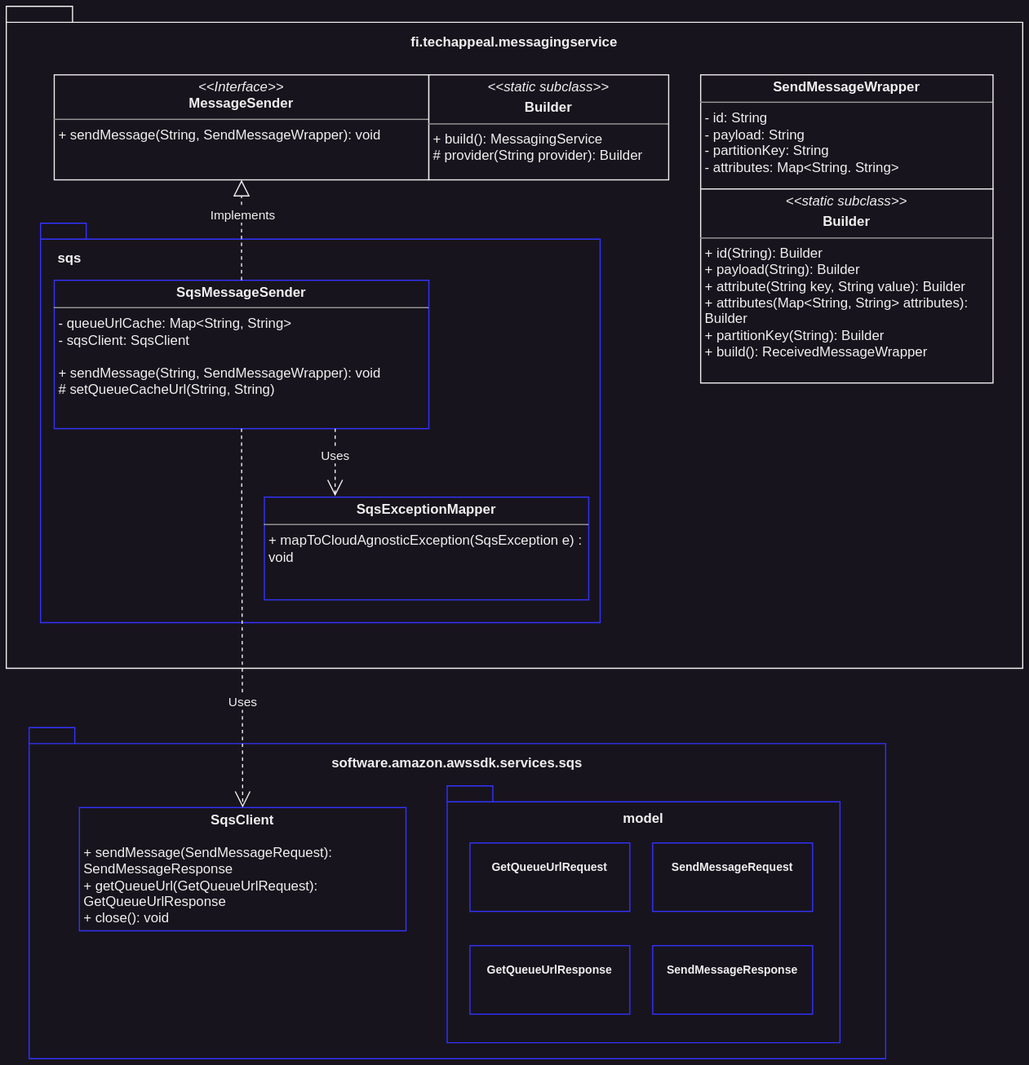
Earlier version of the draw.io export assets/sender_sqs_class_diagram.svg (lampsa/messaging-service). Source tidied: cells renumbered, new cells last; positions are measured from the earlier drawing's top-left corner, leaving out a move shared by most shapes.
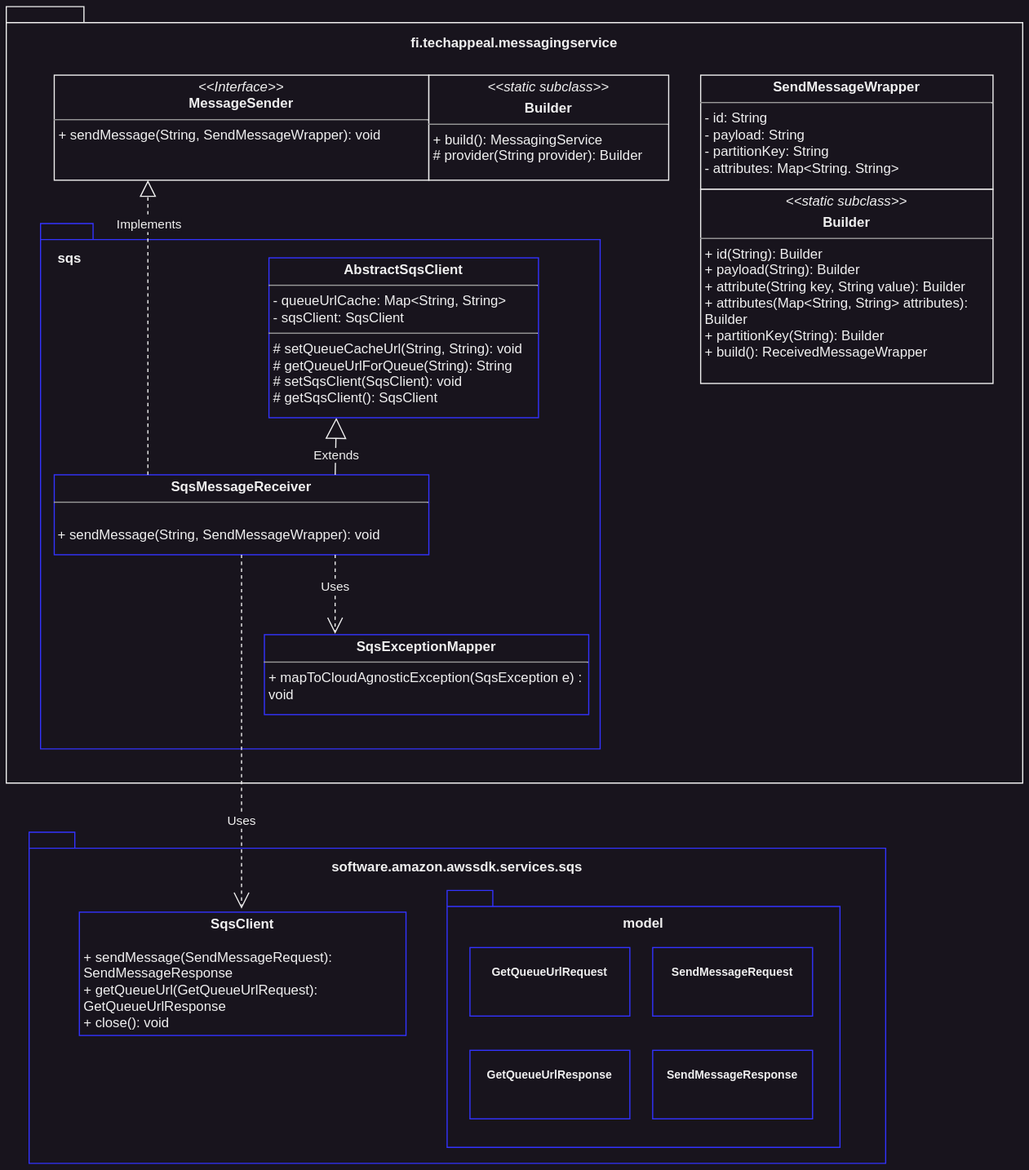
The same file after the commit.

Commit message:
added abstract sqs client class

What changed in the source:
```diff
@@ -3,63 +3,71 @@
     <mxCell id="0" />
     <mxCell id="1" parent="0" />
     <mxCell id="2" value="fi.techappeal.messagingservice" style="shape=folder;fontStyle=1;spacingTop=0;tabWidth=40;tabHeight=14;tabPosition=left;html=1;whiteSpace=wrap;verticalAlign=bottom;labelPosition=center;verticalLabelPosition=top;align=center;spacingBottom=-41;" parent="1" vertex="1">
-      <mxGeometry width="890" height="580" as="geometry" />
+      <mxGeometry width="890" height="680" as="geometry" />
     </mxCell>
     <mxCell id="3" value="&lt;p style=&quot;margin:0px;margin-top:4px;text-align:center;&quot;&gt;&lt;i&gt;&amp;lt;&amp;lt;Interface&amp;gt;&amp;gt;&lt;/i&gt;&lt;br&gt;&lt;b&gt;MessageSender&lt;/b&gt;&lt;/p&gt;&lt;hr size=&quot;1&quot;&gt;&lt;p style=&quot;margin:0px;margin-left:4px;&quot;&gt;+ sendMessage(String, SendMessageWrapper): void&lt;/p&gt;" style="verticalAlign=top;align=left;overflow=fill;fontSize=12;fontFamily=Helvetica;html=1;whiteSpace=wrap;" parent="1" vertex="1">
       <mxGeometry x="42" y="60" width="328" height="92" as="geometry" />
     </mxCell>
     <mxCell id="4" value="software.amazon.awssdk.services.sqs" style="shape=folder;fontStyle=1;spacingTop=0;tabWidth=40;tabHeight=14;tabPosition=left;html=1;whiteSpace=wrap;verticalAlign=bottom;labelPosition=center;verticalLabelPosition=top;align=center;spacingBottom=-40;strokeColor=#3333FF;" parent="1" vertex="1">
-      <mxGeometry x="20" y="632" width="750" height="290" as="geometry" />
+      <mxGeometry x="20" y="723" width="750" height="290" as="geometry" />
     </mxCell>
     <mxCell id="5" value="&lt;p style=&quot;margin:0px;margin-top:4px;text-align:center;&quot;&gt;&lt;b&gt;SqsClient&lt;/b&gt;&lt;/p&gt;&lt;p style=&quot;margin:0px;margin-left:4px;&quot;&gt;&lt;br&gt;&lt;/p&gt;&lt;p style=&quot;margin:0px;margin-left:4px;&quot;&gt;+ sendMessage(SendMessageRequest): SendMessageResponse&lt;/p&gt;&lt;p style=&quot;margin:0px;margin-left:4px;&quot;&gt;+&amp;nbsp;getQueueUrl(GetQueueUrlRequest): GetQueueUrlResponse&lt;/p&gt;&lt;p style=&quot;margin:0px;margin-left:4px;&quot;&gt;+ close(): void&lt;/p&gt;" style="verticalAlign=top;align=left;overflow=fill;fontSize=12;fontFamily=Helvetica;html=1;whiteSpace=wrap;strokeColor=#3333FF;" parent="1" vertex="1">
-      <mxGeometry x="64" y="702" width="286" height="108" as="geometry" />
+      <mxGeometry x="64" y="793" width="286" height="108" as="geometry" />
     </mxCell>
     <mxCell id="6" value="model" style="shape=folder;fontStyle=1;spacingTop=0;tabWidth=40;tabHeight=14;tabPosition=left;html=1;whiteSpace=wrap;labelPosition=center;verticalLabelPosition=top;align=center;verticalAlign=bottom;horizontal=1;spacingBottom=-38;strokeColor=#3333FF;" parent="1" vertex="1">
-      <mxGeometry x="386" y="683" width="344" height="225" as="geometry" />
+      <mxGeometry x="386" y="774" width="344" height="225" as="geometry" />
     </mxCell>
     <mxCell id="7" value="&lt;p style=&quot;margin: 4px 0px 0px; text-align: center; font-size: 10px;&quot;&gt;&lt;br style=&quot;font-size: 10px;&quot;&gt;&lt;b style=&quot;font-size: 10px;&quot;&gt;GetQueueUrlRequest&lt;/b&gt;&lt;/p&gt;" style="verticalAlign=top;align=left;overflow=fill;fontSize=10;fontFamily=Helvetica;html=1;whiteSpace=wrap;strokeColor=#3333FF;" parent="1" vertex="1">
-      <mxGeometry x="406" y="733" width="140" height="60" as="geometry" />
+      <mxGeometry x="406" y="824" width="140" height="60" as="geometry" />
     </mxCell>
     <mxCell id="8" value="&lt;p style=&quot;margin: 4px 0px 0px; text-align: center; font-size: 10px;&quot;&gt;&lt;br style=&quot;font-size: 10px;&quot;&gt;&lt;b style=&quot;font-size: 10px;&quot;&gt;GetQueueUrlResponse&lt;/b&gt;&lt;/p&gt;" style="verticalAlign=top;align=left;overflow=fill;fontSize=10;fontFamily=Helvetica;html=1;whiteSpace=wrap;strokeColor=#3333FF;" parent="1" vertex="1">
-      <mxGeometry x="406" y="823" width="140" height="60" as="geometry" />
+      <mxGeometry x="406" y="914" width="140" height="60" as="geometry" />
     </mxCell>
     <mxCell id="9" value="&lt;p style=&quot;margin: 4px 0px 0px; text-align: center; font-size: 10px;&quot;&gt;&lt;br style=&quot;font-size: 10px;&quot;&gt;&lt;b style=&quot;font-size: 10px;&quot;&gt;SendMessageRequest&lt;/b&gt;&lt;/p&gt;" style="verticalAlign=top;align=left;overflow=fill;fontSize=10;fontFamily=Helvetica;html=1;whiteSpace=wrap;strokeColor=#3333FF;" parent="1" vertex="1">
-      <mxGeometry x="566" y="733" width="140" height="60" as="geometry" />
+      <mxGeometry x="566" y="824" width="140" height="60" as="geometry" />
     </mxCell>
     <mxCell id="10" value="&lt;p style=&quot;margin: 4px 0px 0px; text-align: center; font-size: 10px;&quot;&gt;&lt;br style=&quot;font-size: 10px;&quot;&gt;&lt;b style=&quot;font-size: 10px;&quot;&gt;SendMessageResponse&lt;/b&gt;&lt;/p&gt;" style="verticalAlign=top;align=left;overflow=fill;fontSize=10;fontFamily=Helvetica;html=1;whiteSpace=wrap;strokeColor=#3333FF;" parent="1" vertex="1">
-      <mxGeometry x="566" y="823" width="140" height="60" as="geometry" />
+      <mxGeometry x="566" y="914" width="140" height="60" as="geometry" />
     </mxCell>
     <mxCell id="11" value="&lt;p style=&quot;margin:0px;margin-top:4px;text-align:center;&quot;&gt;&lt;b&gt;SendMessageWrapper&lt;/b&gt;&lt;/p&gt;&lt;hr size=&quot;1&quot;&gt;&lt;p style=&quot;margin: 0px 0px 0px 4px;&quot;&gt;&lt;span style=&quot;background-color: initial;&quot;&gt;- id: String&lt;/span&gt;&lt;/p&gt;&lt;p style=&quot;margin:0px;margin-left:4px;&quot;&gt;&lt;span style=&quot;background-color: initial;&quot;&gt;- payload: String&lt;/span&gt;&lt;br&gt;&lt;/p&gt;&lt;p style=&quot;margin:0px;margin-left:4px;&quot;&gt;&lt;span style=&quot;background-color: initial;&quot;&gt;- partitionKey: String&lt;/span&gt;&lt;/p&gt;&lt;p style=&quot;margin:0px;margin-left:4px;&quot;&gt;-&amp;nbsp;attributes: Map&amp;lt;String. String&amp;gt;&lt;/p&gt;&lt;div&gt;&lt;span style=&quot;background-color: initial;&quot;&gt;&lt;br&gt;&lt;/span&gt;&lt;/div&gt;" style="verticalAlign=top;align=left;overflow=fill;fontSize=12;fontFamily=Helvetica;html=1;whiteSpace=wrap;" parent="1" vertex="1">
       <mxGeometry x="608" y="60" width="256" height="100" as="geometry" />
     </mxCell>
+    <mxCell id="19" value="&lt;p style=&quot;margin:0px;margin-top:4px;text-align:center;&quot;&gt;&lt;i&gt;&amp;lt;&amp;lt;static subclass&amp;gt;&amp;gt;&lt;/i&gt;&lt;br&gt;&lt;/p&gt;&lt;p style=&quot;margin:0px;margin-top:4px;text-align:center;&quot;&gt;&lt;b&gt;Builder&lt;/b&gt;&lt;/p&gt;&lt;hr size=&quot;1&quot;&gt;&lt;p style=&quot;margin:0px;margin-left:4px;&quot;&gt;+ id(String): Builder&lt;/p&gt;&lt;p style=&quot;margin:0px;margin-left:4px;&quot;&gt;+ payload(String): Builder&lt;/p&gt;&lt;p style=&quot;margin: 0px 0px 0px 4px;&quot;&gt;+ attribute(String key, String value):&amp;nbsp;&lt;span style=&quot;background-color: initial;&quot;&gt;Builder&lt;/span&gt;&lt;/p&gt;&lt;p style=&quot;margin: 0px 0px 0px 4px;&quot;&gt;+ attributes(Map&amp;lt;String, String&amp;gt; attributes):&amp;nbsp;&lt;/p&gt;&lt;p style=&quot;margin: 0px 0px 0px 4px;&quot;&gt;Builder&lt;/p&gt;&lt;p style=&quot;margin: 0px 0px 0px 4px;&quot;&gt;+ partitionKey(String): Builder&lt;/p&gt;&lt;p style=&quot;margin:0px;margin-left:4px;&quot;&gt;+ build(): ReceivedMessageWrapper&lt;/p&gt;" style="verticalAlign=top;align=left;overflow=fill;fontSize=12;fontFamily=Helvetica;html=1;whiteSpace=wrap;" parent="1" vertex="1">
+      <mxGeometry x="608" y="160" width="256" height="170" as="geometry" />
+    </mxCell>
+    <mxCell id="20" value="&lt;p style=&quot;margin:0px;margin-top:4px;text-align:center;&quot;&gt;&lt;i&gt;&amp;lt;&amp;lt;static subclass&amp;gt;&amp;gt;&lt;/i&gt;&lt;br&gt;&lt;/p&gt;&lt;p style=&quot;margin:0px;margin-top:4px;text-align:center;&quot;&gt;&lt;b&gt;Builder&lt;/b&gt;&lt;/p&gt;&lt;hr size=&quot;1&quot;&gt;&lt;p style=&quot;margin: 4px 0px 0px; text-align: center;&quot;&gt;&lt;/p&gt;&lt;p style=&quot;margin: 0px 0px 0px 4px;&quot;&gt;+&amp;nbsp;build(): MessagingService&lt;/p&gt;&lt;p style=&quot;margin: 0px 0px 0px 4px;&quot;&gt;&lt;span style=&quot;background-color: initial;&quot;&gt;# provider(String provider): Builder&lt;/span&gt;&lt;/p&gt;" style="verticalAlign=top;align=left;overflow=fill;fontSize=12;fontFamily=Helvetica;html=1;whiteSpace=wrap;" parent="1" vertex="1">
+      <mxGeometry x="370" y="60" width="210" height="92" as="geometry" />
+    </mxCell>
     <mxCell id="12" value="sqs" style="shape=folder;fontStyle=1;spacingTop=0;tabWidth=40;tabHeight=14;tabPosition=left;html=1;labelPosition=left;verticalLabelPosition=top;align=right;verticalAlign=bottom;spacingLeft=0;spacingBottom=-38;spacing=0;spacingRight=-35;strokeColor=#3333FF;" parent="1" vertex="1">
-      <mxGeometry x="30" y="190" width="490" height="350" as="geometry" />
+      <mxGeometry x="30" y="190" width="490" height="460" as="geometry" />
     </mxCell>
-    <mxCell id="13" value="&lt;p style=&quot;margin:0px;margin-top:4px;text-align:center;&quot;&gt;&lt;b&gt;SqsMessageSender&lt;/b&gt;&lt;/p&gt;&lt;hr size=&quot;1&quot;&gt;&lt;p style=&quot;margin:0px;margin-left:4px;&quot;&gt;- queueUrlCache&lt;span style=&quot;background-color: initial;&quot;&gt;: Map&amp;lt;String, String&amp;gt;&lt;/span&gt;&lt;/p&gt;&lt;p style=&quot;margin:0px;margin-left:4px;&quot;&gt;- sqsClient: SqsClient&lt;/p&gt;&lt;p style=&quot;margin: 0px 0px 0px 4px;&quot;&gt;&lt;br&gt;+ sendMessage(String, SendMessageWrapper): void&lt;/p&gt;&lt;p style=&quot;margin: 0px 0px 0px 4px;&quot;&gt;&lt;span style=&quot;background-color: initial;&quot;&gt;# setQueueCacheUrl(String, String)&lt;/span&gt;&lt;br&gt;&lt;/p&gt;" style="verticalAlign=top;align=left;overflow=fill;fontSize=12;fontFamily=Helvetica;html=1;whiteSpace=wrap;strokeColor=#3333FF;" parent="1" vertex="1">
-      <mxGeometry x="42" y="240" width="328" height="130" as="geometry" />
-    </mxCell>
-    <mxCell id="14" style="endArrow=block;dashed=1;endFill=0;endSize=12;html=1;rounded=0;exitX=0.5;exitY=0;exitDx=0;exitDy=0;entryX=0.5;entryY=1;entryDx=0;entryDy=0;edgeStyle=orthogonalEdgeStyle;" parent="1" edge="1" source="13" target="3">
-      <mxGeometry relative="1" as="geometry" />
-    </mxCell>
+    <mxCell id="21" value="&lt;p style=&quot;margin:0px;margin-top:4px;text-align:center;&quot;&gt;&lt;b&gt;SqsMessageReceiver&lt;/b&gt;&lt;/p&gt;&lt;hr size=&quot;1&quot;&gt;&lt;p style=&quot;margin:0px;margin-left:4px;&quot;&gt;&lt;br&gt;&lt;/p&gt;&amp;nbsp;+ sendMessage(String, SendMessageWrapper): void" style="verticalAlign=top;align=left;overflow=fill;fontSize=12;fontFamily=Helvetica;html=1;whiteSpace=wrap;strokeColor=#3333FF;" parent="1" vertex="1">
+      <mxGeometry x="42" y="410" width="328" height="70" as="geometry" />
+    </mxCell>
+    <mxCell id="22" style="endArrow=block;dashed=1;endFill=0;endSize=12;html=1;rounded=0;exitX=0.25;exitY=0;exitDx=0;exitDy=0;edgeStyle=orthogonalEdgeStyle;entryX=0.25;entryY=1;entryDx=0;entryDy=0;" parent="1" edge="1" source="21" target="3">
+      <mxGeometry relative="1" as="geometry" />
+    </mxCell>
-    <mxCell id="15" value="Implements" style="edgeLabel;html=1;align=center;verticalAlign=middle;" parent="14" vertex="1">
+    <mxCell id="15" value="Implements" style="edgeLabel;html=1;align=center;verticalAlign=middle;" parent="22" vertex="1">
       <mxGeometry x="0.56" y="-1" relative="1" as="geometry">
-        <mxPoint x="-1" y="11" as="offset" />
+        <mxPoint x="-1" y="-19" as="offset" />
       </mxGeometry>
     </mxCell>
-    <mxCell id="16" value="Uses" style="endArrow=open;endSize=12;dashed=1;html=1;rounded=0;exitX=0.5;exitY=1;exitDx=0;exitDy=0;entryX=0.5;entryY=0;entryDx=0;entryDy=0;" parent="1" edge="1" source="13" target="5">
-      <mxGeometry x="0.45" relative="1" as="geometry" />
+    <mxCell id="16" value="Uses" style="endArrow=open;endSize=12;dashed=1;html=1;rounded=0;exitX=0.5;exitY=1;exitDx=0;exitDy=0;" parent="1" edge="1" source="21">
+      <mxGeometry x="0.5" relative="1" as="geometry">
+        <mxPoint x="206" y="790" as="targetPoint" />
+      </mxGeometry>
     </mxCell>
     <mxCell id="17" value="&lt;p style=&quot;margin:0px;margin-top:4px;text-align:center;&quot;&gt;&lt;b&gt;SqsExceptionMapper&lt;/b&gt;&lt;/p&gt;&lt;hr size=&quot;1&quot;&gt;&lt;p style=&quot;margin: 0px 0px 0px 4px;&quot;&gt;+&amp;nbsp;mapToCloudAgnosticException(SqsException e) : void&lt;/p&gt;" style="verticalAlign=top;align=left;overflow=fill;fontSize=12;fontFamily=Helvetica;html=1;whiteSpace=wrap;strokeColor=#3333FF;" parent="1" vertex="1">
-      <mxGeometry x="226" y="430" width="284" height="90" as="geometry" />
+      <mxGeometry x="226" y="550" width="284" height="70" as="geometry" />
     </mxCell>
-    <mxCell id="18" value="Uses" style="endArrow=open;endSize=12;dashed=1;html=1;rounded=0;exitX=0.75;exitY=1;exitDx=0;exitDy=0;entryX=0.218;entryY=-0.011;entryDx=0;entryDy=0;entryPerimeter=0;" parent="1" edge="1" source="13" target="17">
+    <mxCell id="18" value="Uses" style="endArrow=open;endSize=12;dashed=1;html=1;rounded=0;exitX=0.75;exitY=1;exitDx=0;exitDy=0;entryX=0.218;entryY=-0.011;entryDx=0;entryDy=0;entryPerimeter=0;" parent="1" edge="1" source="21" target="17">
       <mxGeometry x="-0.19" relative="1" as="geometry" />
     </mxCell>
-    <mxCell id="19" value="&lt;p style=&quot;margin:0px;margin-top:4px;text-align:center;&quot;&gt;&lt;i&gt;&amp;lt;&amp;lt;static subclass&amp;gt;&amp;gt;&lt;/i&gt;&lt;br&gt;&lt;/p&gt;&lt;p style=&quot;margin:0px;margin-top:4px;text-align:center;&quot;&gt;&lt;b&gt;Builder&lt;/b&gt;&lt;/p&gt;&lt;hr size=&quot;1&quot;&gt;&lt;p style=&quot;margin:0px;margin-left:4px;&quot;&gt;+ id(String): Builder&lt;/p&gt;&lt;p style=&quot;margin:0px;margin-left:4px;&quot;&gt;+ payload(String): Builder&lt;/p&gt;&lt;p style=&quot;margin: 0px 0px 0px 4px;&quot;&gt;+ attribute(String key, String value):&amp;nbsp;&lt;span style=&quot;background-color: initial;&quot;&gt;Builder&lt;/span&gt;&lt;/p&gt;&lt;p style=&quot;margin: 0px 0px 0px 4px;&quot;&gt;+ attributes(Map&amp;lt;String, String&amp;gt; attributes):&amp;nbsp;&lt;/p&gt;&lt;p style=&quot;margin: 0px 0px 0px 4px;&quot;&gt;Builder&lt;/p&gt;&lt;p style=&quot;margin: 0px 0px 0px 4px;&quot;&gt;+ partitionKey(String): Builder&lt;/p&gt;&lt;p style=&quot;margin:0px;margin-left:4px;&quot;&gt;+ build(): ReceivedMessageWrapper&lt;/p&gt;" style="verticalAlign=top;align=left;overflow=fill;fontSize=12;fontFamily=Helvetica;html=1;whiteSpace=wrap;" parent="1" vertex="1">
-      <mxGeometry x="608" y="160" width="256" height="170" as="geometry" />
-    </mxCell>
-    <mxCell id="20" value="&lt;p style=&quot;margin:0px;margin-top:4px;text-align:center;&quot;&gt;&lt;i&gt;&amp;lt;&amp;lt;static subclass&amp;gt;&amp;gt;&lt;/i&gt;&lt;br&gt;&lt;/p&gt;&lt;p style=&quot;margin:0px;margin-top:4px;text-align:center;&quot;&gt;&lt;b&gt;Builder&lt;/b&gt;&lt;/p&gt;&lt;hr size=&quot;1&quot;&gt;&lt;p style=&quot;margin: 4px 0px 0px; text-align: center;&quot;&gt;&lt;/p&gt;&lt;p style=&quot;margin: 0px 0px 0px 4px;&quot;&gt;+&amp;nbsp;build(): MessagingService&lt;/p&gt;&lt;p style=&quot;margin: 0px 0px 0px 4px;&quot;&gt;&lt;span style=&quot;background-color: initial;&quot;&gt;# provider(String provider): Builder&lt;/span&gt;&lt;/p&gt;" style="verticalAlign=top;align=left;overflow=fill;fontSize=12;fontFamily=Helvetica;html=1;whiteSpace=wrap;" parent="1" vertex="1">
-      <mxGeometry x="370" y="60" width="210" height="92" as="geometry" />
-    </mxCell>
+    <mxCell id="23" value="Extends" style="endArrow=block;endSize=16;endFill=0;html=1;rounded=0;exitX=0.75;exitY=0;exitDx=0;exitDy=0;entryX=0.25;entryY=1;entryDx=0;entryDy=0;" parent="1" edge="1" source="21" target="24">
+      <mxGeometry x="-0.33" y="-1" relative="1" as="geometry" />
+    </mxCell>
+    <mxCell id="24" value="&lt;p style=&quot;margin:0px;margin-top:4px;text-align:center;&quot;&gt;&lt;b&gt;AbstractSqsClient&lt;/b&gt;&lt;/p&gt;&lt;hr size=&quot;1&quot;&gt;&lt;p style=&quot;margin:0px;margin-left:4px;&quot;&gt;- queueUrlCache: Map&amp;lt;String, String&amp;gt;&lt;/p&gt;&lt;p style=&quot;margin:0px;margin-left:4px;&quot;&gt;- sqsClient: SqsClient&lt;/p&gt;&lt;hr size=&quot;1&quot;&gt;&lt;p style=&quot;margin:0px;margin-left:4px;&quot;&gt;# setQueueCacheUrl(String, String): void&lt;/p&gt;&lt;p style=&quot;margin:0px;margin-left:4px;&quot;&gt;# getQueueUrlForQueue(String): String&lt;/p&gt;&lt;p style=&quot;margin:0px;margin-left:4px;&quot;&gt;# setSqsClient(SqsClient): void&lt;/p&gt;&lt;p style=&quot;margin:0px;margin-left:4px;&quot;&gt;# getSqsClient(): SqsClient&lt;/p&gt;" style="verticalAlign=top;align=left;overflow=fill;fontSize=12;fontFamily=Helvetica;html=1;whiteSpace=wrap;strokeColor=#3333FF;" parent="1" vertex="1">
+      <mxGeometry x="230" y="220" width="236" height="140" as="geometry" />
+    </mxCell>
   </root>
 </mxGraphModel>
```
